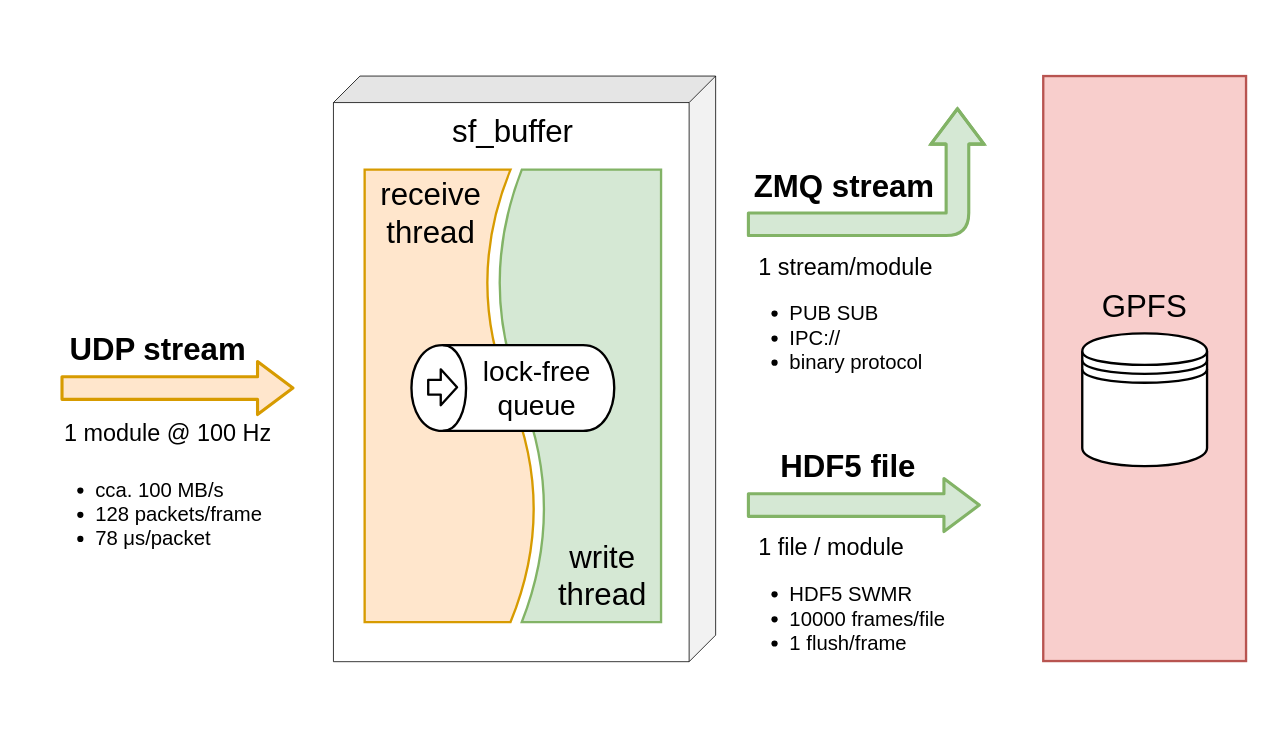
Earlier version of the draw.io diagram page "sf_buffer" (2 of 5) of sf_daq_buffer.drawio (paulscherrerinstitute/sf_daq_buffer). Source tidied: cells renumbered, new cells numbered last; positions are measured from the earlier drawing's top-left corner, leaving out a move shared by most shapes. Both pictures are drawn from the tidied source at 78%, with x=0, y=0 at pixel (60, 76).
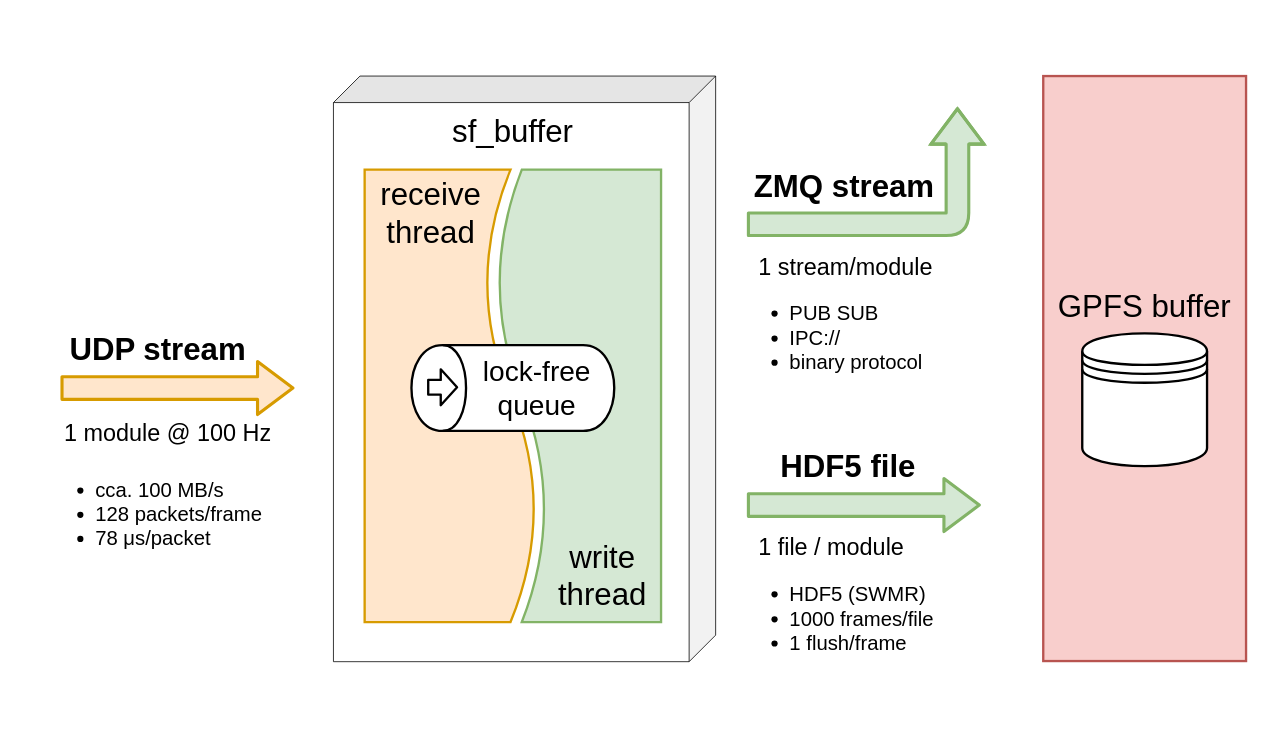
After the change.

Unchanged cells that the change refers to:
```xml
<mxCell id="6" style="group;" parent="1" vertex="1">
  <mxGeometry x="1260" width="260" height="750" as="geometry" />
</mxCell>
<mxCell id="15" style="group;" parent="1" vertex="1">
  <mxGeometry x="880" y="470" width="310" height="300" as="geometry" />
</mxCell>
```

Diff of the diagram source:
```diff
@@
+    <mxCell id="29" style="rounded=0;whiteSpace=wrap;html=1;fillColor=none;strokeColor=none;" parent="1" vertex="1">
+      <mxGeometry x="-60" y="-80" width="1600" height="900" as="geometry" />
+    </mxCell>
@@
-    <mxCell id="9" value="GPFS" style="text;html=1;strokeColor=none;fillColor=none;align=center;verticalAlign=middle;whiteSpace=wrap;rounded=0;fontSize=40;" parent="6" vertex="1">
+    <mxCell id="9" value="GPFS buffer" style="text;html=1;strokeColor=none;fillColor=none;align=center;verticalAlign=middle;whiteSpace=wrap;rounded=0;fontSize=40;" parent="6" vertex="1">
       <mxGeometry x="10" y="260" width="240" height="70" as="geometry" />
     </mxCell>
@@
-    <mxCell id="18" value="&lt;h1 style=&quot;font-size: 26px&quot;&gt;&lt;div&gt;&lt;font style=&quot;font-size: 30px ; font-weight: normal&quot;&gt;1 file / module&lt;/font&gt;&lt;/div&gt;&lt;ul&gt;&lt;li&gt;&lt;span style=&quot;font-weight: normal&quot;&gt;HDF5 SWMR&lt;/span&gt;&lt;/li&gt;&lt;li&gt;&lt;span style=&quot;font-weight: normal&quot;&gt;10000 frames/file&lt;/span&gt;&lt;/li&gt;&lt;li&gt;&lt;span style=&quot;font-weight: normal&quot;&gt;1 flush/frame&lt;/span&gt;&lt;/li&gt;&lt;/ul&gt;&lt;/h1&gt;" style="text;html=1;strokeColor=none;fillColor=none;spacing=5;spacingTop=-20;whiteSpace=wrap;overflow=hidden;rounded=0;fontSize=40;" parent="15" vertex="1">
+    <mxCell id="18" value="&lt;h1 style=&quot;font-size: 26px&quot;&gt;&lt;div&gt;&lt;font style=&quot;font-size: 30px ; font-weight: normal&quot;&gt;1 file / module&lt;/font&gt;&lt;/div&gt;&lt;ul&gt;&lt;li&gt;&lt;span style=&quot;font-weight: normal&quot;&gt;HDF5 (SWMR)&lt;/span&gt;&lt;/li&gt;&lt;li&gt;&lt;span style=&quot;font-weight: normal&quot;&gt;1000 frames/file&lt;/span&gt;&lt;/li&gt;&lt;li&gt;&lt;span style=&quot;font-weight: normal&quot;&gt;1 flush/frame&lt;/span&gt;&lt;/li&gt;&lt;/ul&gt;&lt;/h1&gt;" style="text;html=1;strokeColor=none;fillColor=none;spacing=5;spacingTop=-20;whiteSpace=wrap;overflow=hidden;rounded=0;fontSize=40;" parent="15" vertex="1">
       <mxGeometry x="10" y="110" width="300" height="190" as="geometry" />
     </mxCell>
```
